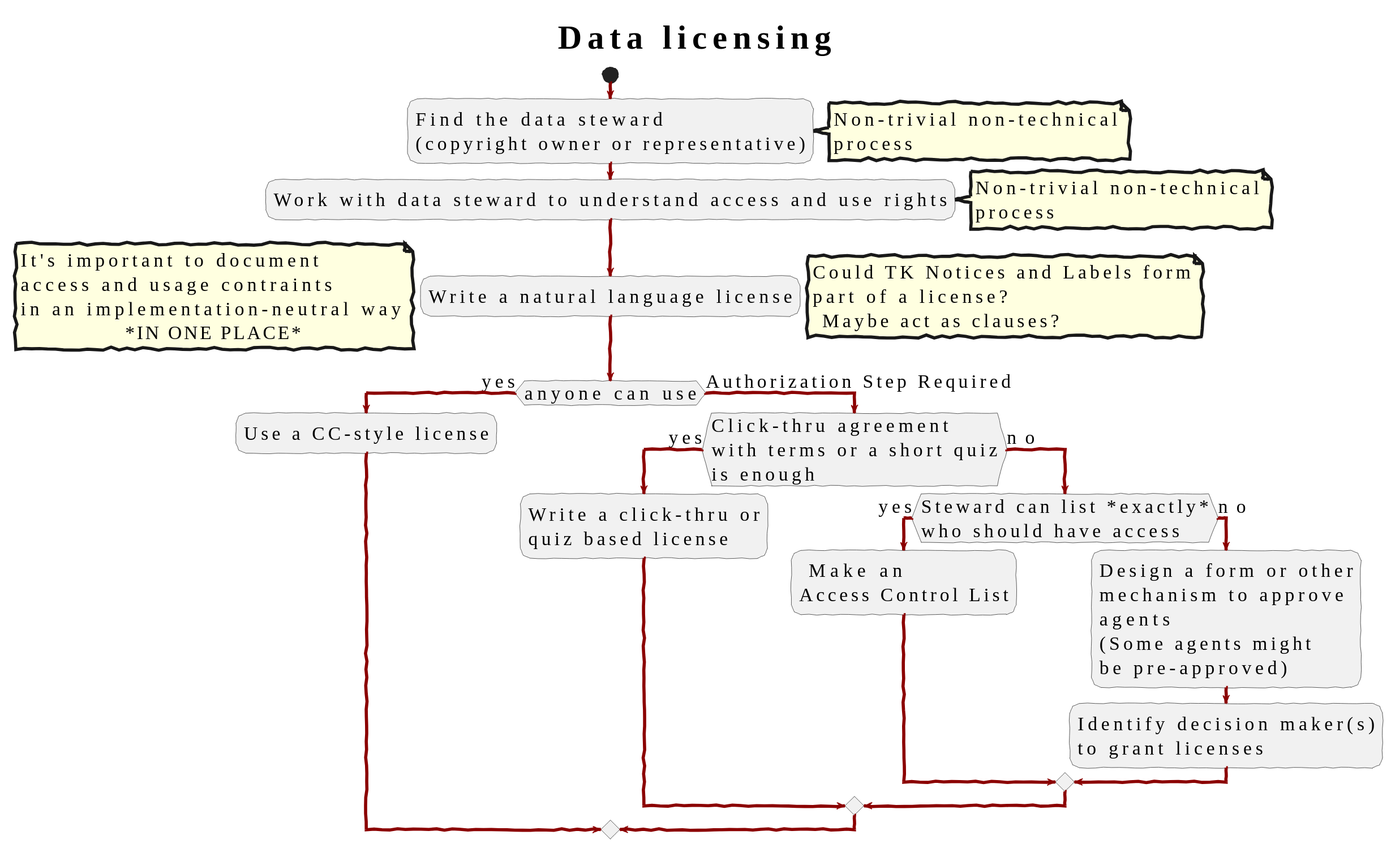
Earlier version of the PlantUML export ldaca/data-licensing.svg (Language-Research-Technology/plantuml-diagrams).
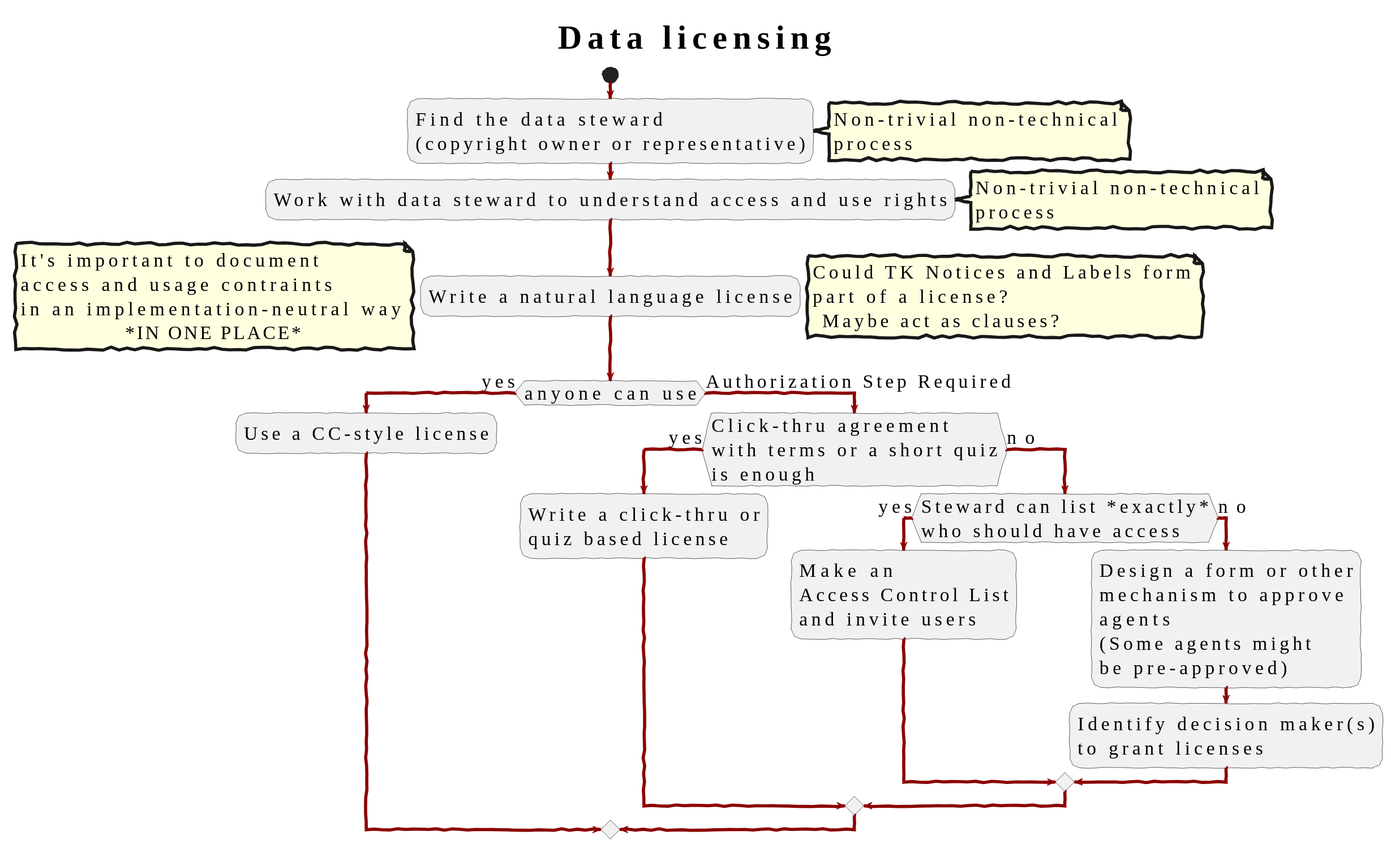
The same file after the commit.

Commit message:
diagram changes for lrec paper

What changed in the source:
```diff
@@ -4,7 +4,7 @@
 title: Data licensing
 start
 
-:Find the data steward\n(copyright owner or representative);
+:Find the data steward \n(copyright owner or representative);
 note right: Non-trivial non-technical\nprocess
 :Work with data steward to understand access and use rights;
 note right: Non-trivial non-technical\nprocess
@@ -20,7 +20,7 @@
     :Write a click-thru or\nquiz based license;
   else (no)
     if (Steward can list *exactly*\nwho should have access) then (yes)
-      : Make an\nAccess Control List;
+      :Make an\nAccess Control List\nand invite users;
 
     else (no)
 
```
